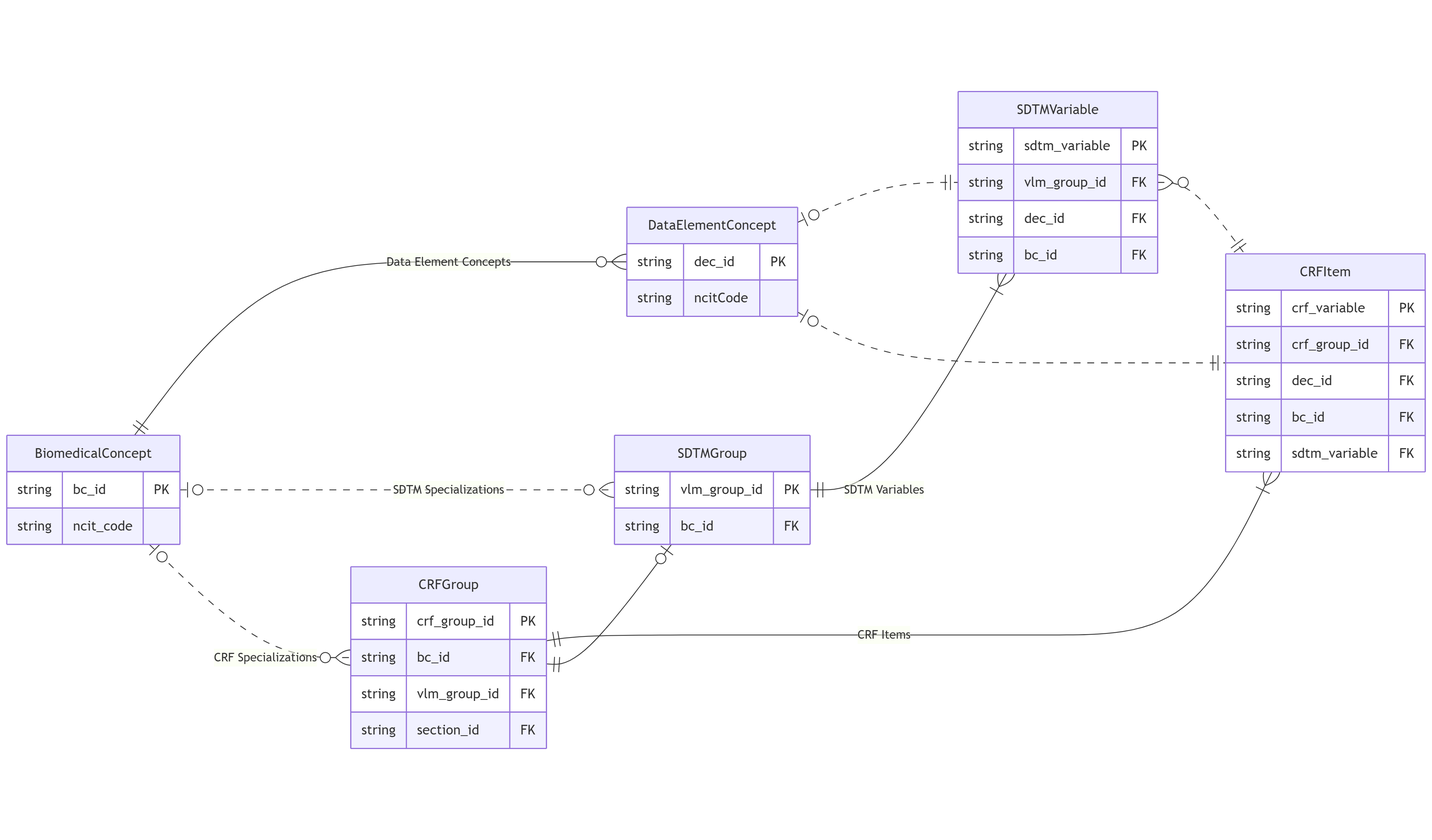
This is model/Biomedical Concept SDTM DSS Collection DSS.png from cdisc-org/COSMoS, a Mermaid export, as it was before one commit. Its source is kept beside it as model/Biomedical Concept SDTM DSS Collection DSS.mmd.
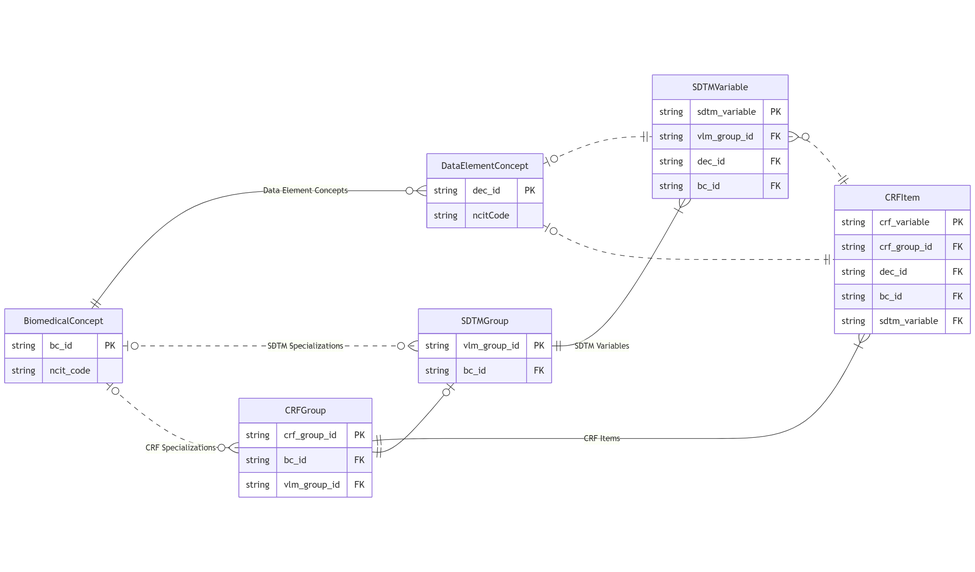
The same diagram one commit later.

What changed in the source:
```diff
@@ -28,7 +28,6 @@
 		string crf_group_id PK ""
 		string bc_id FK ""
 		string vlm_group_id FK ""
-		string section_id FK ""
 	}
 	CRFItem {
 		string crf_variable PK ""
```
